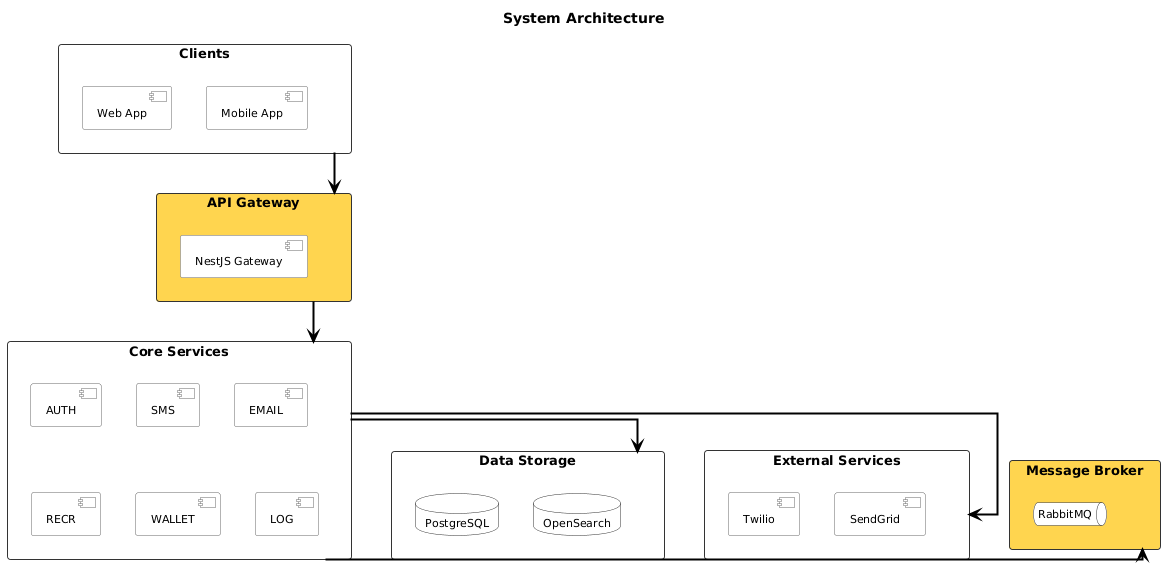
Earlier version of the PlantUML export modules/dist/images/architecture/architecture-system.png (namnh240795/document). Its diagram source:
```plantuml
@startuml

top to bottom direction

skinparam linetype ortho
skinparam defaultFontName "Arial"
skinparam defaultFontSize 12

skinparam rectangle {
  RoundCorner 6
  BorderColor #333333
  FontSize 13
  FontStyle bold
  FontColor #000000
}

skinparam component {
  BackgroundColor #FFFFFF
  BorderColor #666666
  FontSize 11
  FontColor #000000
}

skinparam database {
  BackgroundColor #FFFFFF
  BorderColor #333333
  FontSize 11
  FontColor #000000
}

skinparam queue {
  BackgroundColor #FFFFFF
  BorderColor #333333
  FontSize 11
  FontColor #000000
}

skinparam arrow {
  Color #000000
  Thickness 2
}

title System Architecture

rectangle "  Clients  " as clients #FFFFFF {
  component "Web App" as web
  component "Mobile App" as mobile
}

rectangle "  API Gateway  " as gw #FFD54F {
  component "NestJS Gateway" as gateway
}

rectangle "  Core Services  " as services #FFFFFF {
  component "AUTH" as auth
  component "SMS" as sms
  component "EMAIL" as email
  component "RECR" as recr
  component "WALLET" as wallet
  component "LOG" as log
}

rectangle "  Data Storage  " as storage #FFFFFF {
  database "PostgreSQL" as pg
  database "OpenSearch" as os
}

rectangle "  External Services  " as external #FFFFFF {
  component "Twilio" as twilio
  component "SendGrid" as sendgrid
}

rectangle "  Message Broker  " as broker #FFD54F {
  queue "RabbitMQ" as mq
}

clients -[hidden]down-> gw
gw -[hidden]down-> services

services -[hidden]down-> storage
services -[hidden]down-> external
services -[hidden]down-> broker
storage -[hidden]right-> external
external -[hidden]right-> broker

clients -down-> gw
gw -down-> services
services -down-> storage
services -down-> broker
services -down-> external

@enduml
```
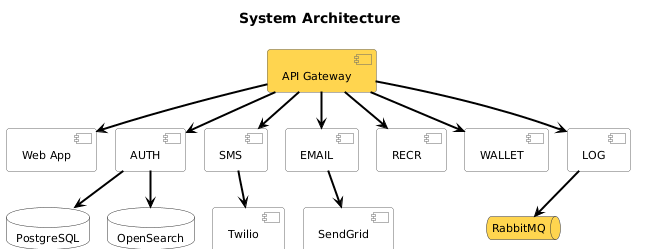
After the change.

Commit message:
fix: update architecture diagram in dist with simplified version

Diff of the diagram source:
```diff
@@ -1,24 +1,20 @@
 @startuml
 
+!pragma layout smetana
 top to bottom direction
 
-skinparam linetype ortho
 skinparam defaultFontName "Arial"
 skinparam defaultFontSize 12
 
-skinparam rectangle {
-  RoundCorner 6
-  BorderColor #333333
-  FontSize 13
-  FontStyle bold
-  FontColor #000000
-}
+skinparam nodesep 40
+skinparam ranksep 50
 
 skinparam component {
   BackgroundColor #FFFFFF
   BorderColor #666666
   FontSize 11
   FontColor #000000
+  RoundCorner 6
 }
 
 skinparam database {
@@ -40,53 +36,50 @@
   Thickness 2
 }
 
+skinparam linetype polyline
+
 title System Architecture
 
-rectangle "  Clients  " as clients #FFFFFF {
-  component "Web App" as web
-  component "Mobile App" as mobile
-}
+component "API Gateway" as gw #FFD54F
 
-rectangle "  API Gateway  " as gw #FFD54F {
-  component "NestJS Gateway" as gateway
-}
+component "Web App" as web
+component "AUTH" as auth
+component "SMS" as sms
+component "EMAIL" as email
+component "RECR" as recr
+component "WALLET" as wallet
+component "LOG" as log
 
-rectangle "  Core Services  " as services #FFFFFF {
-  component "AUTH" as auth
-  component "SMS" as sms
-  component "EMAIL" as email
-  component "RECR" as recr
-  component "WALLET" as wallet
-  component "LOG" as log
-}
+database "PostgreSQL" as pg
+database "OpenSearch" as os
+component "Twilio" as twilio
+component "SendGrid" as sendgrid
+queue "RabbitMQ" as mq #FFD54F
 
-rectangle "  Data Storage  " as storage #FFFFFF {
-  database "PostgreSQL" as pg
-  database "OpenSearch" as os
-}
+gw -down-> web
+gw -down-> auth
+gw -down-> sms
+gw -down-> email
+gw -down-> recr
+gw -down-> wallet
+gw -down-> log
 
-rectangle "  External Services  " as external #FFFFFF {
-  component "Twilio" as twilio
-  component "SendGrid" as sendgrid
-}
+auth -down-> pg
+auth -down-> os
+sms -down-> twilio
+email -down-> sendgrid
+log -down-> mq
 
-rectangle "  Message Broker  " as broker #FFD54F {
-  queue "RabbitMQ" as mq
-}
+web -[hidden]right-> auth
+auth -[hidden]right-> sms
+sms -[hidden]right-> email
+email -[hidden]right-> recr
+recr -[hidden]right-> wallet
+wallet -[hidden]right-> log
 
-clients -[hidden]down-> gw
-gw -[hidden]down-> services
-
-services -[hidden]down-> storage
-services -[hidden]down-> external
-services -[hidden]down-> broker
-storage -[hidden]right-> external
-external -[hidden]right-> broker
-
-clients -down-> gw
-gw -down-> services
-services -down-> storage
-services -down-> broker
-services -down-> external
+pg -[hidden]right-> os
+os -[hidden]right-> twilio
+twilio -[hidden]right-> sendgrid
+sendgrid -[hidden]right-> mq
 
 @enduml
```
